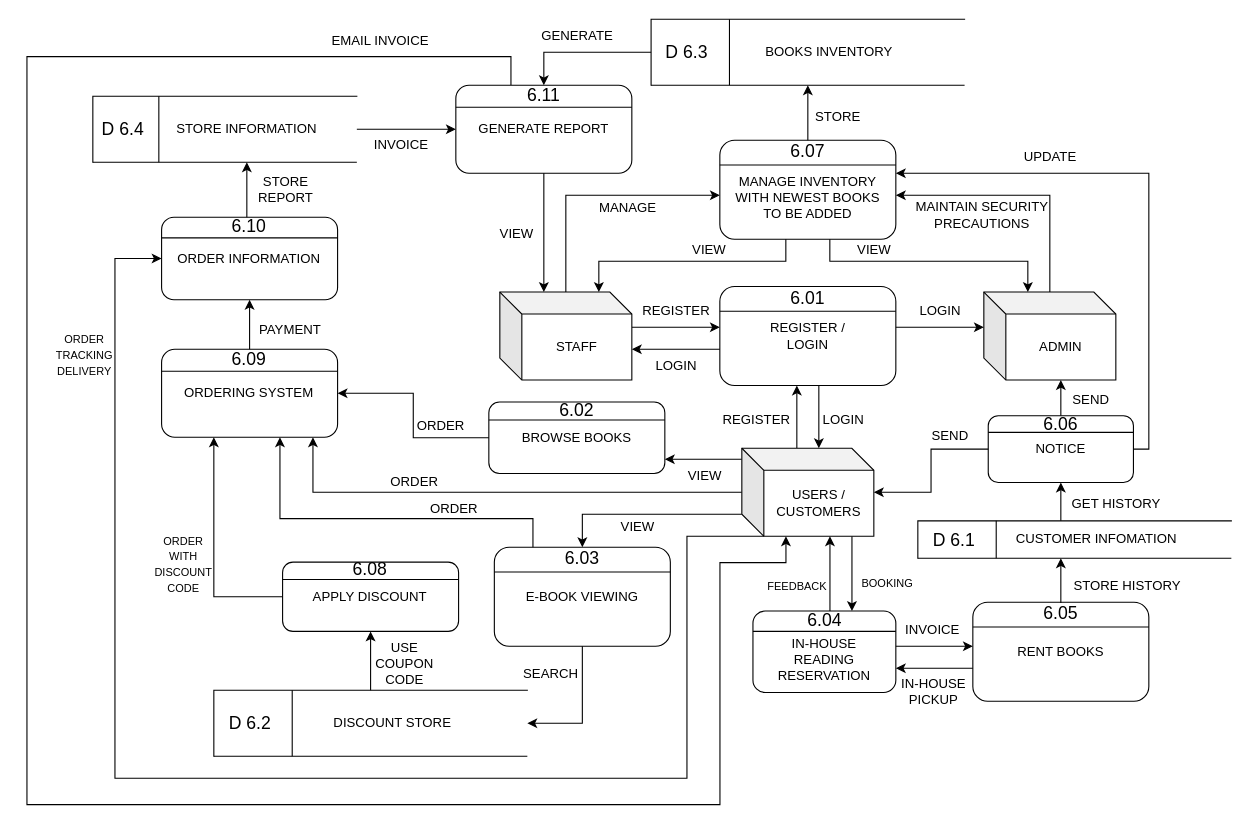
AngJianming/Bookworm-Paradise-System-Analysis-And-Design keeps this draw.io diagram as page "Level 0 DFD" (11 of 13) of SYAD Data Flow Diagram .drawio. Above is the earlier version. Source tidied: cells renumbered, new cells numbered last; positions are measured from the earlier drawing's top-left corner, leaving out a move shared by most shapes. Both pictures are drawn from the tidied source at 110%, with x=0, y=0 at pixel (26, 19).
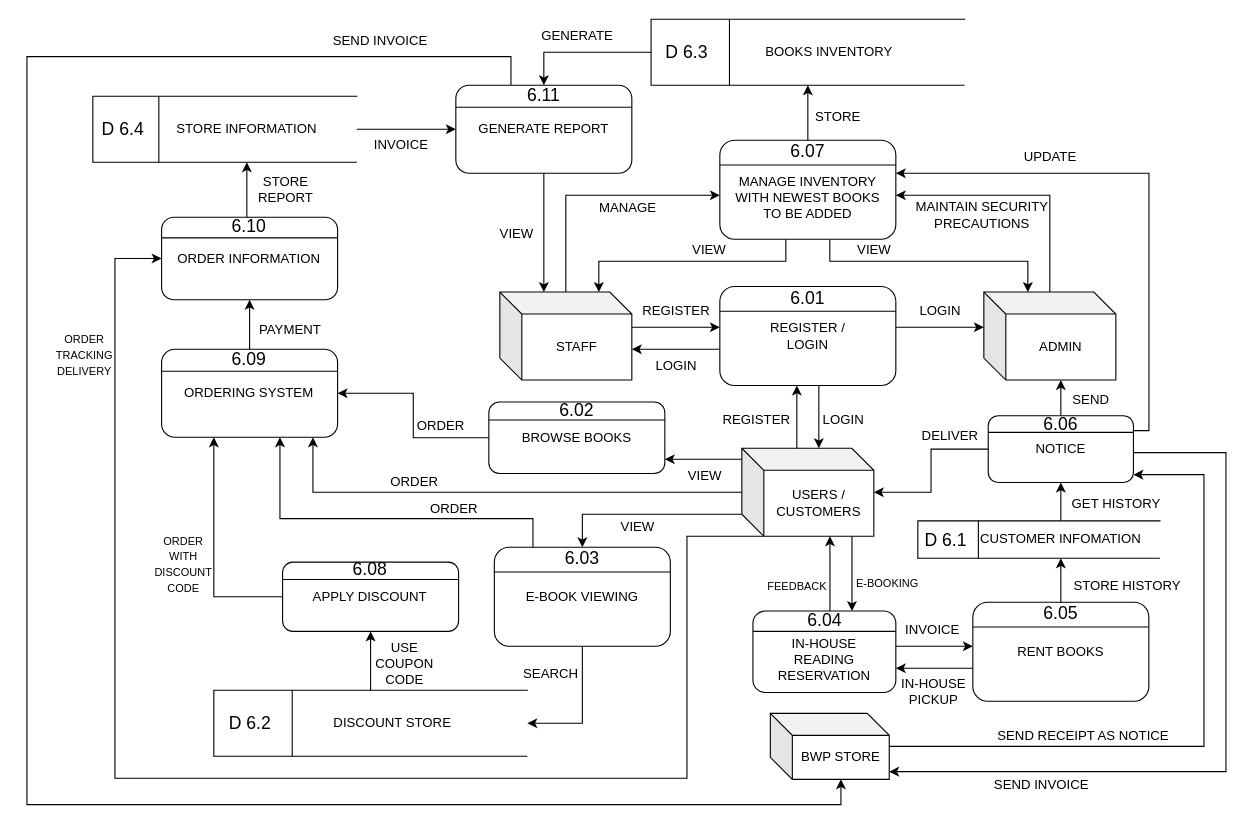
After the change.

The change refers to these unchanged cells:
```xml
<mxCell id="11" value="USERS /&lt;div&gt;CUSTOMERS&lt;/div&gt;" style="shape=cube;whiteSpace=wrap;html=1;boundedLbl=1;backgroundOutline=1;darkOpacity=0.05;darkOpacity2=0.1;" parent="1" vertex="1">
  <mxGeometry x="649.9" y="390" width="120" height="80" as="geometry" />
</mxCell>
<mxCell id="35" value="GENERATE REPORT" style="rounded=1;whiteSpace=wrap;html=1;" parent="34" vertex="1">
  <mxGeometry width="160" height="80" as="geometry" />
</mxCell>
<mxCell id="39" value="&lt;br&gt;MANAGE INVENTORY&lt;div&gt;WITH NEWEST BOOKS&lt;/div&gt;&lt;div&gt;TO BE ADDED&lt;/div&gt;" style="rounded=1;whiteSpace=wrap;html=1;" parent="38" vertex="1">
  <mxGeometry width="160" height="90" as="geometry" />
</mxCell>
<mxCell id="56" value="NOTICE" style="rounded=1;whiteSpace=wrap;html=1;" parent="55" vertex="1">
  <mxGeometry y="0.4" width="132" height="60.8" as="geometry" />
</mxCell>
```

The edit, as a diff of the source:
```diff
@@
-    <mxCell id="10" style="edgeStyle=orthogonalEdgeStyle;rounded=0;jettySize=auto;html=1;endArrow=none;endFill=0;startArrow=classic;startFill=1;" parent="1" edge="1" source="11" target="35">
+    <mxCell id="10" style="edgeStyle=orthogonalEdgeStyle;rounded=0;jettySize=auto;html=1;endArrow=none;endFill=0;startArrow=classic;startFill=1;" parent="1" edge="1" source="138" target="35">
       <mxGeometry relative="1" as="geometry">
         <Array as="points">
-          <mxPoint x="690" y="494" />
-          <mxPoint x="630" y="494" />
-          <mxPoint x="630" y="714" />
+          <mxPoint x="740" y="714" />
           <mxPoint y="714" />
           <mxPoint y="34" />
           <mxPoint x="440" y="34" />
         </Array>
       </mxGeometry>
     </mxCell>
@@
-    <mxCell id="43" value="&lt;font style=&quot;font-size: 10px;&quot;&gt;BOOKING&lt;/font&gt;" style="text;html=1;align=center;verticalAlign=middle;strokeColor=none;fillColor=none;" parent="1" vertex="1">
-      <mxGeometry x="746.9" y="498" width="70" height="30" as="geometry" />
+    <mxCell id="43" value="&lt;font style=&quot;font-size: 10px;&quot;&gt;E-BOOKING&lt;/font&gt;" style="text;html=1;align=center;verticalAlign=middle;strokeColor=none;fillColor=none;" parent="1" vertex="1">
+      <mxGeometry x="741.9" y="498" width="80" height="30" as="geometry" />
     </mxCell>
@@
     <mxCell id="49" style="group;" parent="1" vertex="1">
-      <mxGeometry x="809.9" y="456" width="285" height="34" as="geometry" />
+      <mxGeometry x="809.9" y="456" width="220.1" height="34" as="geometry" />
     </mxCell>
     <mxCell id="50" value="&lt;blockquote style=&quot;margin: 0 0 0 40px; border: none; padding: 0px;&quot;&gt;&lt;div style=&quot;&quot;&gt;CUSTOMER INFOMATION&lt;/div&gt;&lt;/blockquote&gt;" style="shape=partialRectangle;whiteSpace=wrap;html=1;bottom=0;right=0;fillColor=none;align=center;" parent="49" vertex="1">
-      <mxGeometry width="285" height="34" as="geometry" />
+      <mxGeometry width="220.1" height="34" as="geometry" />
     </mxCell>
@@
     <mxCell id="53" value="&lt;span style=&quot;font-size: 16px;&quot;&gt;D 6.1&lt;/span&gt;" style="text;html=1;align=center;verticalAlign=middle;whiteSpace=wrap;rounded=0;" parent="49" vertex="1">
-      <mxGeometry y="8.5" width="65.8" height="17" as="geometry" />
+      <mxGeometry y="8.5" width="50.8" height="17" as="geometry" />
     </mxCell>
@@
-    <mxCell id="65" value="SEND" style="text;html=1;align=center;verticalAlign=middle;strokeColor=none;fillColor=none;" parent="1" vertex="1">
-      <mxGeometry x="808.9" y="364" width="60" height="30" as="geometry" />
+    <mxCell id="65" value="DELIVER" style="text;html=1;align=center;verticalAlign=middle;strokeColor=none;fillColor=none;" parent="1" vertex="1">
+      <mxGeometry x="803.9" y="364" width="70" height="30" as="geometry" />
     </mxCell>
     <mxCell id="66" style="edgeStyle=orthogonalEdgeStyle;rounded=0;jettySize=auto;html=1;" parent="1" edge="1" source="56" target="39">
       <mxGeometry relative="1" as="geometry">
         <Array as="points">
-          <mxPoint x="1019.9" y="391" />
-          <mxPoint x="1019.9" y="140" />
+          <mxPoint x="1020" y="374" />
+          <mxPoint x="1020" y="140" />
         </Array>
       </mxGeometry>
     </mxCell>
@@
-    <mxCell id="134" value="EMAIL INVOICE" style="text;html=1;align=center;verticalAlign=middle;strokeColor=none;fillColor=none;" parent="1" vertex="1">
+    <mxCell id="134" value="SEND INVOICE" style="text;html=1;align=center;verticalAlign=middle;strokeColor=none;fillColor=none;" parent="1" vertex="1">
       <mxGeometry x="265.9" y="5" width="110" height="30" as="geometry" />
     </mxCell>
@@
+    <mxCell id="137" style="edgeStyle=orthogonalEdgeStyle;rounded=0;jettySize=auto;html=1;" parent="1" edge="1" source="138" target="56">
+      <mxGeometry relative="1" as="geometry">
+        <Array as="points">
+          <mxPoint x="1070" y="661" />
+          <mxPoint x="1070" y="414" />
+        </Array>
+      </mxGeometry>
+    </mxCell>
+    <mxCell id="138" value="BWP STORE" style="shape=cube;whiteSpace=wrap;html=1;boundedLbl=1;backgroundOutline=1;darkOpacity=0.05;darkOpacity2=0.1;" parent="1" vertex="1">
+      <mxGeometry x="675.8" y="631" width="108.1" height="60" as="geometry" />
+    </mxCell>
+    <mxCell id="139" style="edgeStyle=orthogonalEdgeStyle;rounded=0;jettySize=auto;html=1;" parent="1" edge="1" source="56" target="138">
+      <mxGeometry relative="1" as="geometry">
+        <Array as="points">
+          <mxPoint x="1090" y="394" />
+          <mxPoint x="1090" y="684" />
+        </Array>
+      </mxGeometry>
+    </mxCell>
+    <mxCell id="140" value="SEND RECEIPT AS NOTICE" style="text;html=1;align=center;verticalAlign=middle;strokeColor=none;fillColor=none;" parent="1" vertex="1">
+      <mxGeometry x="869.9" y="637" width="180" height="30" as="geometry" />
+    </mxCell>
+    <mxCell id="141" value="SEND INVOICE" style="text;html=1;align=center;verticalAlign=middle;strokeColor=none;fillColor=none;" parent="1" vertex="1">
+      <mxGeometry x="866.9" y="681" width="110" height="30" as="geometry" />
+    </mxCell>
```
